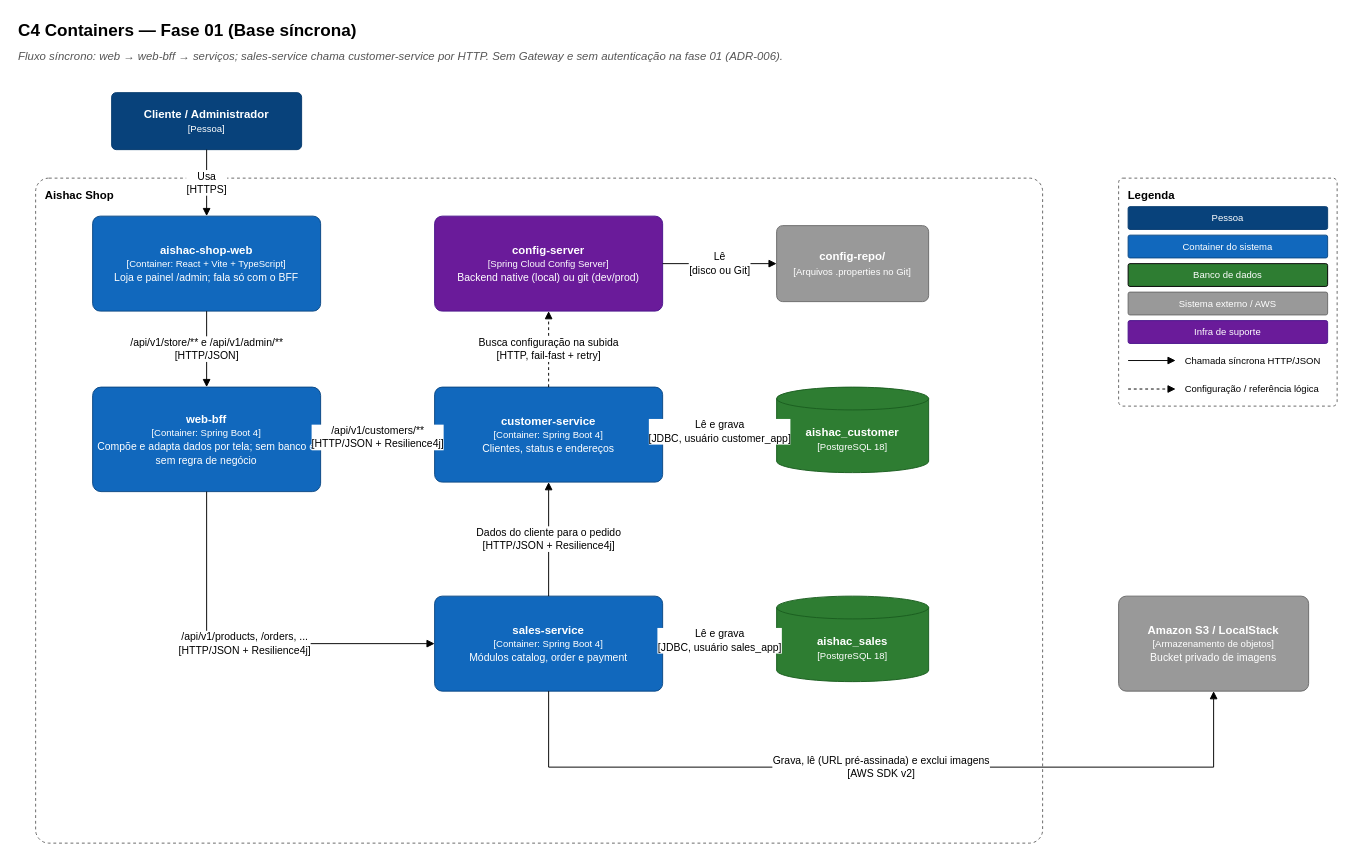
Before: page "C4 Containers" (2 of 14) of docs/evolucao/01-base-sincrona/aishac-shop.drawio in antonioishac/aishac-shop, a draw.io diagram. Source tidied: cells renumbered, new cells numbered last; positions are measured from the earlier drawing's top-left corner, leaving out a move shared by most shapes. Both pictures are drawn from the tidied source at 95%, with x=0, y=0 at pixel (16, 16).
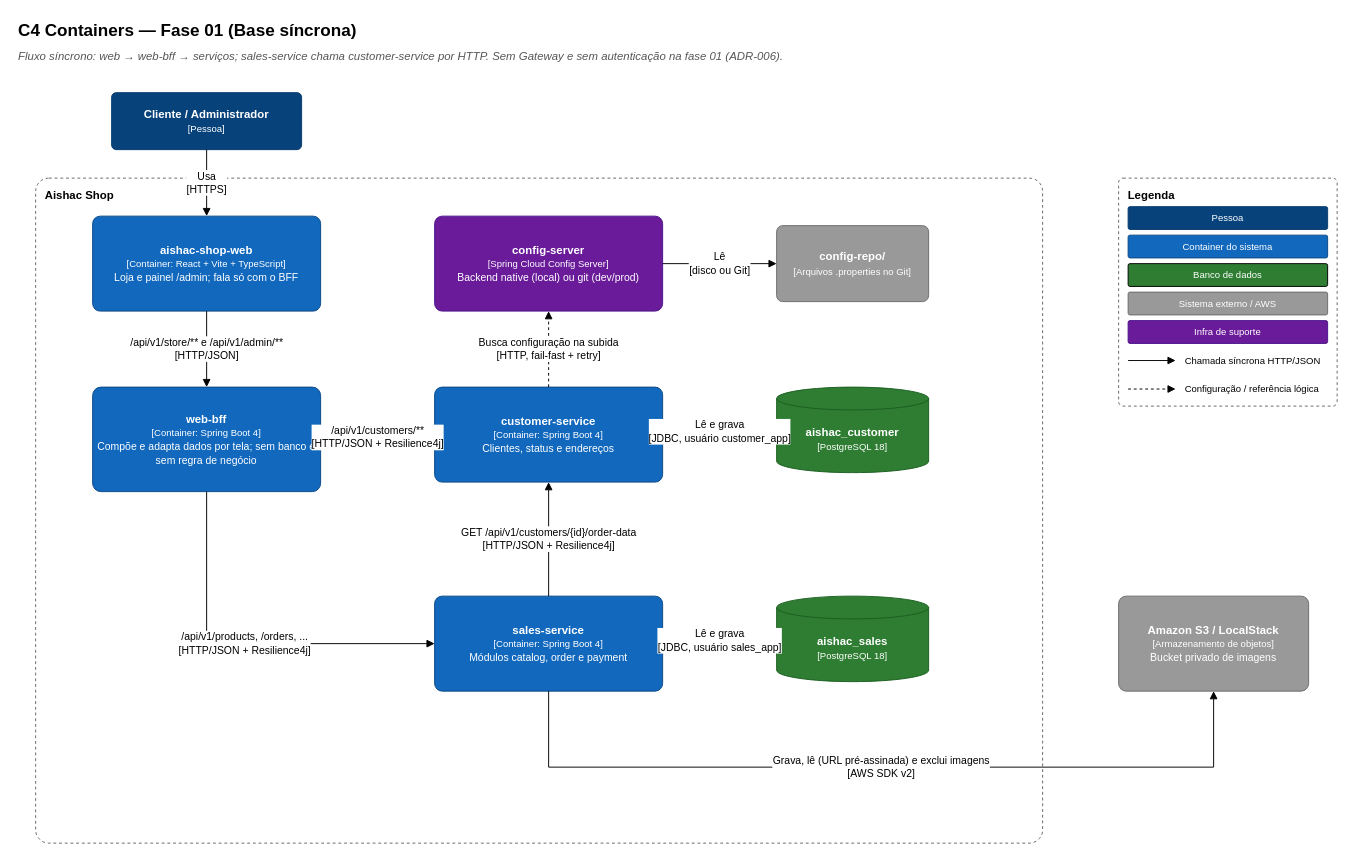
The same diagram, later.

The change refers to these unchanged cells:
```xml
<mxCell id="8" value="&lt;b&gt;customer-service&lt;/b&gt;&lt;br&gt;&lt;font style='font-size:10px'&gt;[Container: Spring Boot 4]&lt;/font&gt;&lt;br&gt;&lt;font style='font-size:11px'&gt;Clientes, status e endereços&lt;/font&gt;" style="rounded=1;whiteSpace=wrap;html=1;arcSize=8;fontSize=12;fillColor=#1168BD;fontColor=#ffffff;strokeColor=#0B4884;" parent="1" vertex="1">
  <mxGeometry x="440" y="390" width="240" height="100" as="geometry" />
</mxCell>
<mxCell id="9" value="&lt;b&gt;sales-service&lt;/b&gt;&lt;br&gt;&lt;font style='font-size:10px'&gt;[Container: Spring Boot 4]&lt;/font&gt;&lt;br&gt;&lt;font style='font-size:11px'&gt;Módulos catalog, order e payment&lt;/font&gt;" style="rounded=1;whiteSpace=wrap;html=1;arcSize=8;fontSize=12;fillColor=#1168BD;fontColor=#ffffff;strokeColor=#0B4884;" parent="1" vertex="1">
  <mxGeometry x="440" y="610" width="240" height="100" as="geometry" />
</mxCell>
```

What changed in the source:
```diff
@@
-    <mxCell id="19" value="Dados do cliente para o pedido&lt;br&gt;[HTTP/JSON + Resilience4j]" style="endArrow=block;endFill=1;html=1;rounded=0;fontSize=11;labelBackgroundColor=#ffffff;" parent="1" edge="1" source="9" target="8">
+    <mxCell id="19" value="GET /api/v1/customers/{id}/order-data&lt;br&gt;[HTTP/JSON + Resilience4j]" style="endArrow=block;endFill=1;html=1;rounded=0;fontSize=11;labelBackgroundColor=#ffffff;" parent="1" edge="1" source="9" target="8">
       <mxGeometry relative="1" as="geometry" />
     </mxCell>
```
